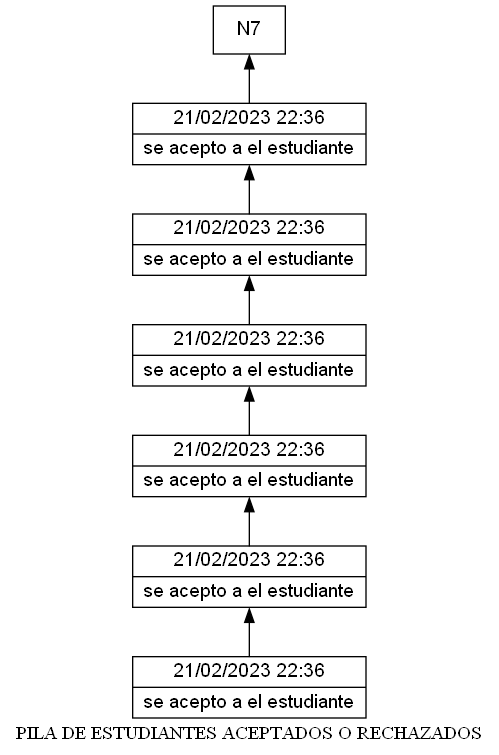
Before: EDD_Proyecto1_Fase1/pila.png, a diagram exported from Graphviz (Nahomi-Aparicio/EDD_1S2023_PY_202113293_F1). Its source is kept beside it as EDD_Proyecto1_Fase1/pila.dot.
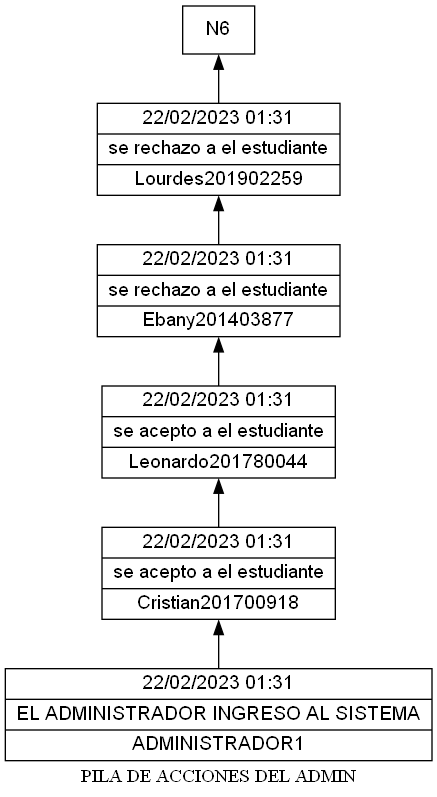
After the commit.

Diff of the diagram source:
```diff
@@ -2,17 +2,15 @@
 rankdir=BT;
 node [shape=box];
 node [shape=record fontname=Arial]
-label = "PILA DE ESTUDIANTES ACEPTADOS O RECHAZADOS";
-N6[label="{21/02/2023      22:36     |se acepto a el estudiante}"];
+label = "PILA DE ACCIONES DEL ADMIN";
+N5[label="{22/02/2023      01:31     |se rechazo a el estudiante|Lourdes201902259}"];
 N1->N2;
-N5[label="{21/02/2023      22:36     |se acepto a el estudiante}"];
+N4[label="{22/02/2023      01:31     |se rechazo a el estudiante|Ebany201403877}"];
 N2->N3;
-N4[label="{21/02/2023      22:36     |se acepto a el estudiante}"];
+N3[label="{22/02/2023      01:31     |se acepto a el estudiante|Leonardo201780044}"];
 N3->N4;
-N3[label="{21/02/2023      22:36     |se acepto a el estudiante}"];
+N2[label="{22/02/2023      01:31     |se acepto a el estudiante|Cristian201700918}"];
 N4->N5;
-N2[label="{21/02/2023      22:36     |se acepto a el estudiante}"];
+N1[label="{22/02/2023      01:31     |EL ADMINISTRADOR INGRESO AL SISTEMA|ADMINISTRADOR1}"];
 N5->N6;
-N1[label="{21/02/2023      22:36     |se acepto a el estudiante}"];
-N6->N7;
 }
```
